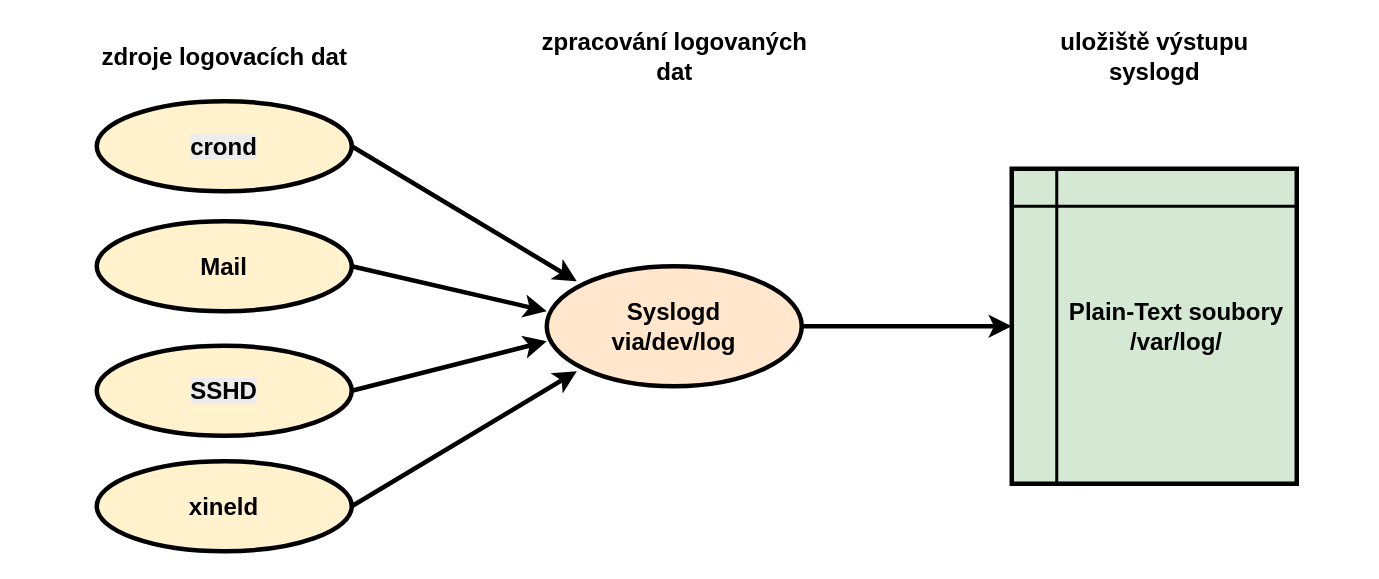
This is diagrams/syslogd/syslogd.drawio from Doly02/thesis, a draw.io file, before an edit. Source tidied: cells renumbered, new cells numbered last; positions are measured from the earlier drawing's top-left corner, leaving out a move shared by most shapes. Both pictures are drawn from the tidied source at 150%, with x=0, y=0 at pixel (24, 26).
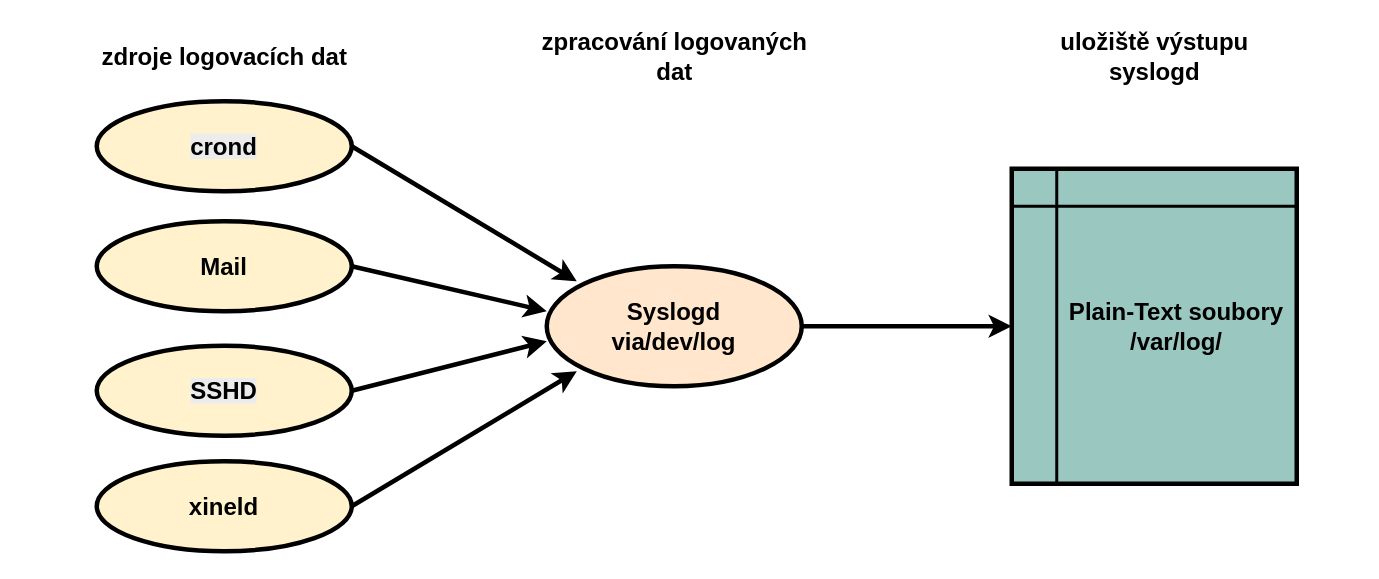
Above is the later version.

Commit message (it also covers changes not shown here):
[TECH_REPORT] Adds Syslogd. Updates Bibliography, Appendices.

Diff of the diagram source:
```diff
@@
-    <mxCell id="12" style="rounded=0;whiteSpace=wrap;html=1;strokeWidth=3;fillColor=#d5e8d4;strokeColor=#000000;" parent="1" vertex="1">
+    <mxCell id="12" style="rounded=0;whiteSpace=wrap;html=1;strokeWidth=3;fillColor=#9AC7BF;strokeColor=#000000;" parent="1" vertex="1">
       <mxGeometry x="658" y="95" width="190" height="210" as="geometry" />
     </mxCell>
```
